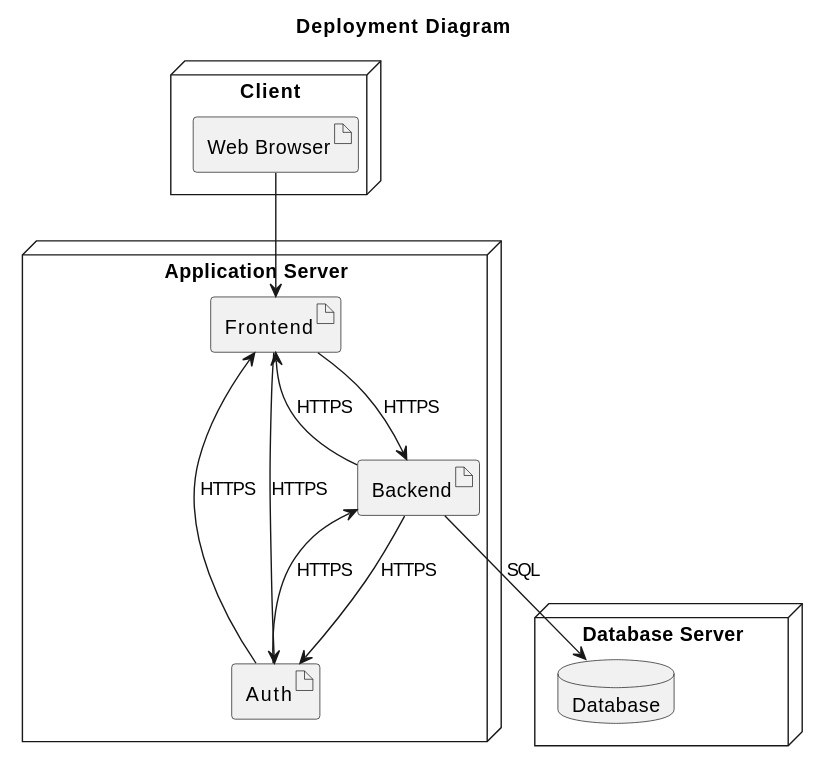
This is deliverables/phase_1/img/deployment.svg from tomasoliveira21/desofs2024_M1B_3, a PlantUML export, as it was before one commit.
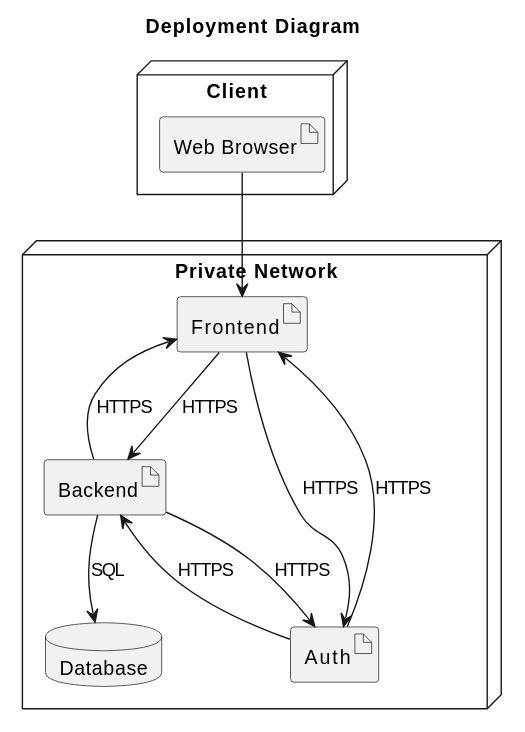
After the commit.

Commit message:
Improve deployment diagram

The edit, as a diff of the source:
```diff
@@ -1,18 +1,15 @@
 @startuml
 title Deployment Diagram
 
-node "Application Server" {
+node "Client" {
+  artifact "Web Browser" as browser
+}
+
+node "Private Network" {
   artifact "Frontend" as frontend
   artifact "Backend" as backend
   artifact "Auth" as auth
-}
-
-node "Database Server" {
   database "Database" as db
-}
-
-node "Client" {
-  artifact "Web Browser" as browser
 }
 
 browser --> frontend
```
